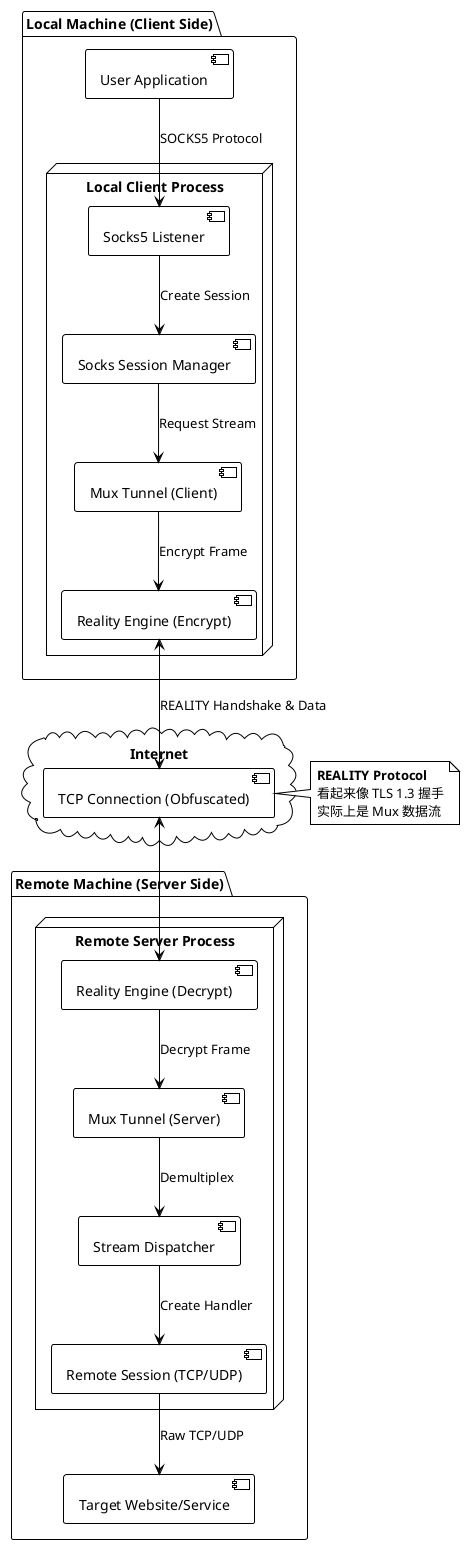
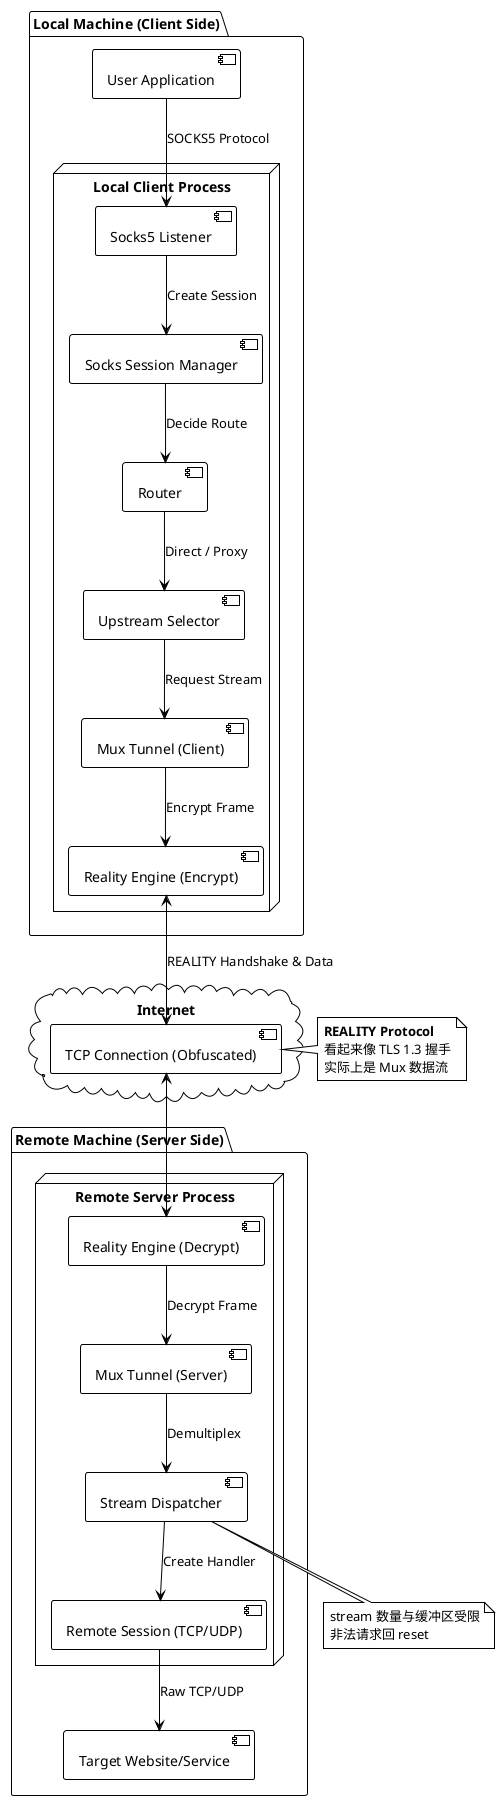
@startuml
!theme plain
skinparam componentStyle uml2

package "Local Machine (Client Side)" {
    [User Application] as App

    node "Local Client Process" {
        [Socks5 Listener] as SocksListener
        [Socks Session Manager] as SocksSession
+         [Router] as Router
+         [Upstream Selector] as Upstream
        [Mux Tunnel (Client)] as ClientTunnel
        [Reality Engine (Encrypt)] as ClientCrypto
    }
}

cloud "Internet" {
    [TCP Connection (Obfuscated)] as Network
}

package "Remote Machine (Server Side)" {
    node "Remote Server Process" {
        [Reality Engine (Decrypt)] as ServerCrypto
        [Mux Tunnel (Server)] as ServerTunnel
        [Stream Dispatcher] as Dispatcher
        [Remote Session (TCP/UDP)] as RemoteSession
    }

    [Target Website/Service] as Target
}

' Relationships
App --> SocksListener : SOCKS5 Protocol
SocksListener --> SocksSession : Create Session
- SocksSession --> ClientTunnel : Request Stream
+ SocksSession --> Router : Decide Route
+ Router --> Upstream : Direct / Proxy
+ Upstream --> ClientTunnel : Request Stream
ClientTunnel --> ClientCrypto : Encrypt Frame
ClientCrypto <--> Network : REALITY Handshake & Data
Network <--> ServerCrypto
ServerCrypto --> ServerTunnel : Decrypt Frame
ServerTunnel --> Dispatcher : Demultiplex
Dispatcher --> RemoteSession : Create Handler
RemoteSession --> Target : Raw TCP/UDP

note right of Network
  **REALITY Protocol**
  看起来像 TLS 1.3 握手
  实际上是 Mux 数据流
end note

+ note bottom of Dispatcher
+   stream 数量与缓冲区受限
+   非法请求回 reset
+ end note
+ 
@enduml
